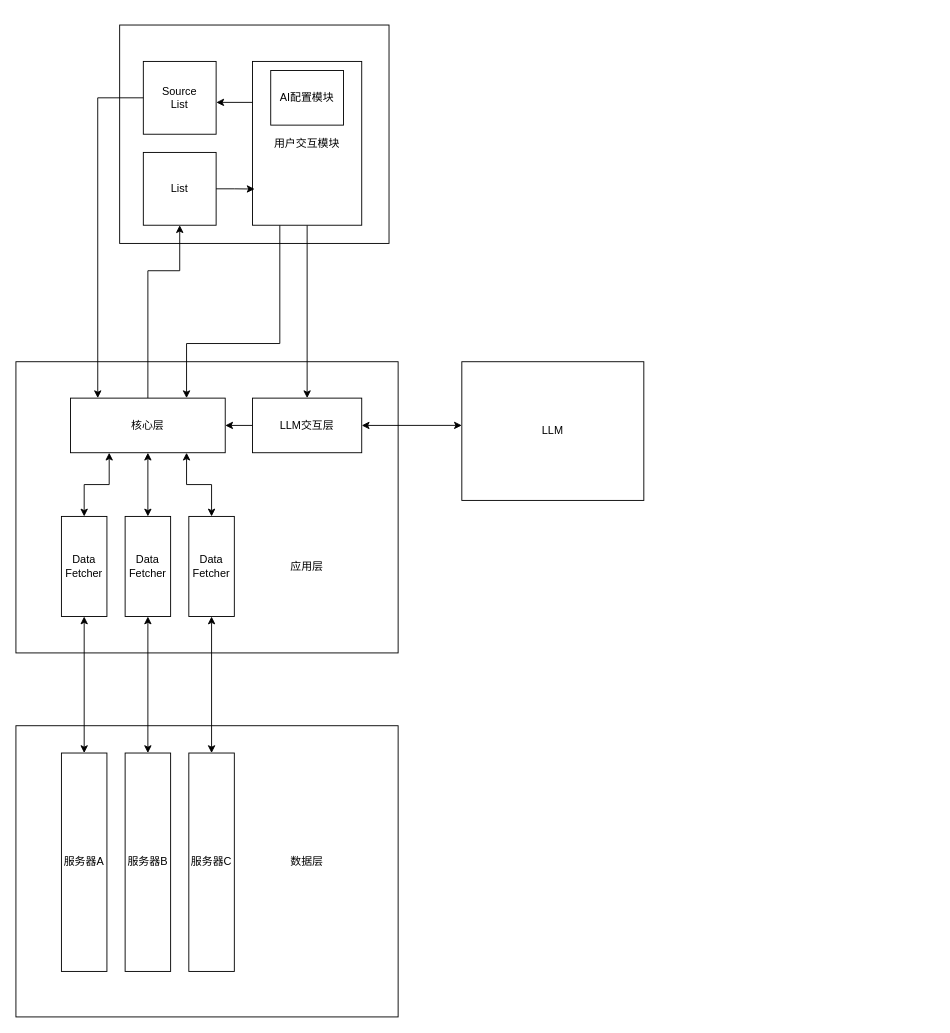
The draw.io diagram 总体设计.drawio in RimLutienpeist/Draw_io_Repo, before the edit. Source tidied: cells renumbered, new cells numbered last; positions are measured from the earlier drawing's top-left corner, leaving out a move shared by most shapes. Both pictures are drawn from the tidied source at 91%, with x=0, y=0 at pixel (15, 25).
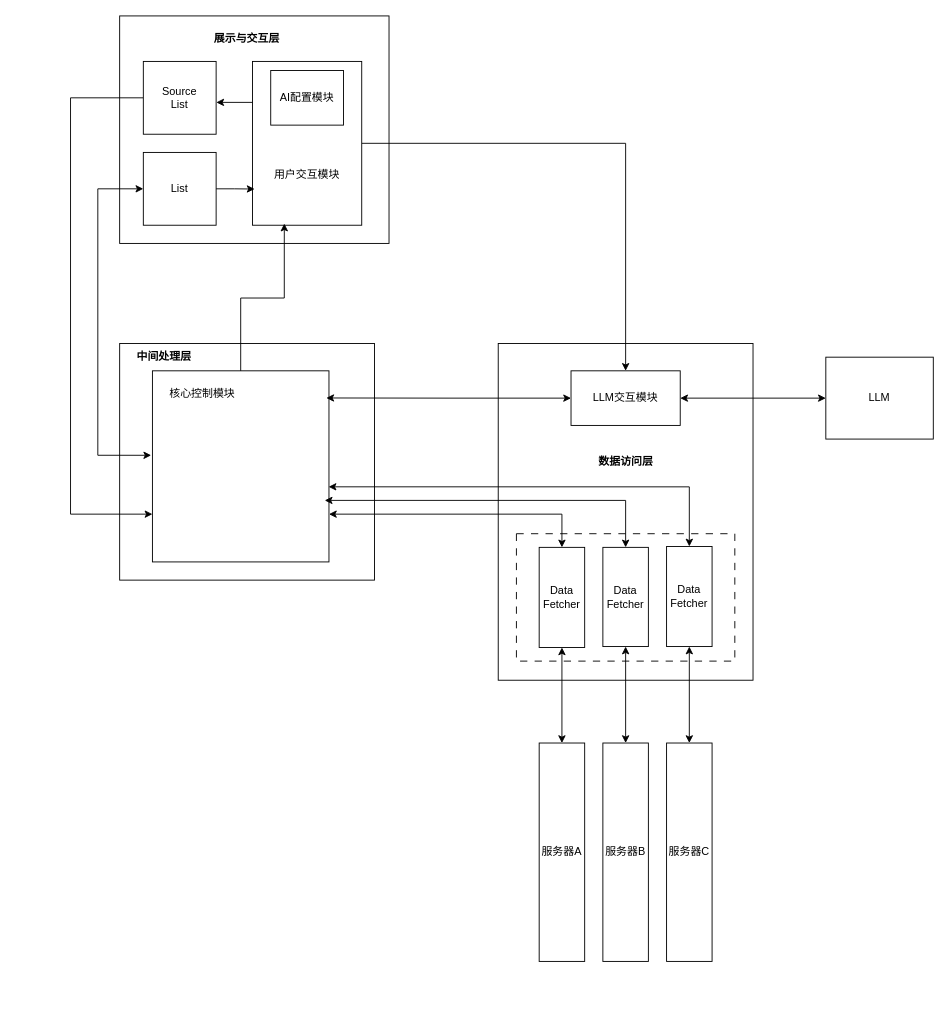
Above is the later version.

Commit message:
更新总体设计.drawio

The change refers to these unchanged cells:
```xml
<mxCell id="5" value="Source&lt;div&gt;List&lt;/div&gt;" style="whiteSpace=wrap;html=1;" parent="1" vertex="1">
  <mxGeometry x="140" y="40" width="80" height="80" as="geometry" />
</mxCell>
<mxCell id="10" value="List" style="rounded=0;whiteSpace=wrap;html=1;" parent="1" vertex="1">
  <mxGeometry x="140" y="140" width="80" height="80" as="geometry" />
</mxCell>
```

Change to the diagram source:
```diff
@@
+    <mxCell id="34" style="rounded=0;whiteSpace=wrap;html=1;" parent="1" vertex="1">
+      <mxGeometry x="530" y="350" width="280" height="370" as="geometry" />
+    </mxCell>
+    <mxCell id="35" style="rounded=0;whiteSpace=wrap;html=1;dashed=1;dashPattern=8 8;" parent="1" vertex="1">
+      <mxGeometry x="550" y="559" width="240" height="140" as="geometry" />
+    </mxCell>
     <mxCell id="2" style="rounded=0;whiteSpace=wrap;html=1;" parent="1" vertex="1">
-      <mxGeometry x="114" width="296" height="240" as="geometry" />
+      <mxGeometry x="114" y="-10" width="296" height="250" as="geometry" />
     </mxCell>
-    <mxCell id="3" style="rounded=0;whiteSpace=wrap;html=1;" parent="1" vertex="1">
-      <mxGeometry y="770" width="420" height="320" as="geometry" />
-    </mxCell>
     <mxCell id="4" style="rounded=0;whiteSpace=wrap;html=1;" parent="1" vertex="1">
-      <mxGeometry y="370" width="420" height="320" as="geometry" />
+      <mxGeometry x="114" y="350" width="280" height="260" as="geometry" />
     </mxCell>
+    <mxCell id="24" style="edgeStyle=orthogonalEdgeStyle;rounded=0;jettySize=auto;html=1;exitX=0;exitY=0.5;exitDx=0;exitDy=0;entryX=0;entryY=0.75;entryDx=0;entryDy=0;" parent="1" edge="1" source="5" target="17">
+      <mxGeometry relative="1" as="geometry">
+        <Array as="points">
+          <mxPoint x="60" y="80" />
+          <mxPoint x="60" y="538" />
+        </Array>
+      </mxGeometry>
+    </mxCell>
@@
-    <mxCell id="7" style="edgeStyle=orthogonalEdgeStyle;rounded=0;jettySize=auto;html=1;exitX=0.25;exitY=1;exitDx=0;exitDy=0;entryX=0.75;entryY=0;entryDx=0;entryDy=0;" parent="1" edge="1" source="8" target="17">
-      <mxGeometry relative="1" as="geometry">
-        <Array as="points">
-          <mxPoint x="290" y="350" />
-          <mxPoint x="188" y="350" />
-        </Array>
-      </mxGeometry>
-    </mxCell>
-    <mxCell id="8" value="用户交互模块" style="rounded=0;whiteSpace=wrap;html=1;" parent="1" vertex="1">
+    <mxCell id="8" style="rounded=0;whiteSpace=wrap;html=1;" parent="1" vertex="1">
       <mxGeometry x="260" y="40" width="120" height="180" as="geometry" />
     </mxCell>
@@
-    <mxCell id="11" style="edgeStyle=orthogonalEdgeStyle;rounded=0;jettySize=auto;html=1;exitX=0;exitY=0.5;exitDx=0;exitDy=0;entryX=1;entryY=0.5;entryDx=0;entryDy=0;" parent="1" edge="1" source="12" target="17">
-      <mxGeometry relative="1" as="geometry" />
-    </mxCell>
+    <mxCell id="33" style="edgeStyle=orthogonalEdgeStyle;rounded=0;jettySize=auto;html=1;exitX=1;exitY=0.5;exitDx=0;exitDy=0;entryX=0;entryY=0.5;entryDx=0;entryDy=0;startArrow=classic;startFill=1;" parent="1" edge="1" source="12" target="32">
+      <mxGeometry relative="1" as="geometry" />
+    </mxCell>
-    <mxCell id="12" value="LLM交互层" style="rounded=0;whiteSpace=wrap;html=1;" parent="1" vertex="1">
-      <mxGeometry x="260" y="410" width="120" height="60" as="geometry" />
+    <mxCell id="12" value="LLM交互模块" style="rounded=0;whiteSpace=wrap;html=1;" parent="1" vertex="1">
+      <mxGeometry x="610" y="380" width="120" height="60" as="geometry" />
     </mxCell>
-    <mxCell id="13" style="edgeStyle=orthogonalEdgeStyle;rounded=0;jettySize=auto;html=1;exitX=0.5;exitY=1;exitDx=0;exitDy=0;entryX=0.5;entryY=0;entryDx=0;entryDy=0;startArrow=classic;startFill=1;" parent="1" edge="1" source="17" target="21">
-      <mxGeometry relative="1" as="geometry" />
-    </mxCell>
-    <mxCell id="14" style="edgeStyle=orthogonalEdgeStyle;rounded=0;jettySize=auto;html=1;exitX=0.25;exitY=1;exitDx=0;exitDy=0;entryX=0.5;entryY=0;entryDx=0;entryDy=0;startArrow=classic;startFill=1;" parent="1" edge="1" source="17" target="19">
+    <mxCell id="14" style="edgeStyle=orthogonalEdgeStyle;rounded=0;jettySize=auto;html=1;exitX=1;exitY=0.75;exitDx=0;exitDy=0;entryX=0.5;entryY=0;entryDx=0;entryDy=0;startArrow=classic;startFill=1;" parent="1" edge="1" source="17" target="19">
       <mxGeometry relative="1" as="geometry" />
     </mxCell>
-    <mxCell id="15" style="edgeStyle=orthogonalEdgeStyle;rounded=0;jettySize=auto;html=1;exitX=0.75;exitY=1;exitDx=0;exitDy=0;entryX=0.5;entryY=0;entryDx=0;entryDy=0;startArrow=classic;startFill=1;" parent="1" edge="1" source="17" target="23">
-      <mxGeometry relative="1" as="geometry" />
-    </mxCell>
-    <mxCell id="16" style="edgeStyle=orthogonalEdgeStyle;rounded=0;jettySize=auto;html=1;exitX=0.5;exitY=0;exitDx=0;exitDy=0;" parent="1" edge="1" source="17" target="10">
-      <mxGeometry relative="1" as="geometry">
-        <Array as="points">
-          <mxPoint x="145" y="270" />
-          <mxPoint x="180" y="270" />
-        </Array>
-      </mxGeometry>
-    </mxCell>
-    <mxCell id="17" value="核心层" style="rounded=0;whiteSpace=wrap;html=1;" parent="1" vertex="1">
-      <mxGeometry x="60" y="410" width="170" height="60" as="geometry" />
+    <mxCell id="17" style="rounded=0;whiteSpace=wrap;html=1;" parent="1" vertex="1">
+      <mxGeometry x="150" y="380" width="194" height="210" as="geometry" />
     </mxCell>
@@
     <mxCell id="19" value="Data&lt;div&gt;Fetcher&lt;/div&gt;" style="rounded=0;whiteSpace=wrap;html=1;" parent="1" vertex="1">
-      <mxGeometry x="50" y="540" width="50" height="110" as="geometry" />
+      <mxGeometry x="575" y="574" width="50" height="110" as="geometry" />
     </mxCell>
@@
     <mxCell id="21" value="Data&lt;div&gt;Fetcher&lt;/div&gt;" style="rounded=0;whiteSpace=wrap;html=1;" parent="1" vertex="1">
-      <mxGeometry x="120" y="540" width="50" height="110" as="geometry" />
+      <mxGeometry x="645" y="574" width="50" height="109" as="geometry" />
     </mxCell>
@@
     <mxCell id="23" value="Data&lt;div&gt;Fetcher&lt;/div&gt;" style="rounded=0;whiteSpace=wrap;html=1;" parent="1" vertex="1">
-      <mxGeometry x="190" y="540" width="50" height="110" as="geometry" />
+      <mxGeometry x="715" y="573" width="50" height="110" as="geometry" />
     </mxCell>
-    <mxCell id="24" style="edgeStyle=orthogonalEdgeStyle;rounded=0;jettySize=auto;html=1;exitX=0;exitY=0.5;exitDx=0;exitDy=0;entryX=0.176;entryY=0;entryDx=0;entryDy=0;entryPerimeter=0;startArrow=none;startFill=0;" parent="1" edge="1" source="5" target="17">
-      <mxGeometry relative="1" as="geometry" />
-    </mxCell>
@@
     <mxCell id="26" value="服务器A" style="rounded=0;whiteSpace=wrap;html=1;" parent="1" vertex="1">
-      <mxGeometry x="50" y="800" width="50" height="240" as="geometry" />
+      <mxGeometry x="575" y="789" width="50" height="240" as="geometry" />
     </mxCell>
     <mxCell id="27" value="服务器B" style="rounded=0;whiteSpace=wrap;html=1;" parent="1" vertex="1">
-      <mxGeometry x="120" y="800" width="50" height="240" as="geometry" />
+      <mxGeometry x="645" y="789" width="50" height="240" as="geometry" />
     </mxCell>
     <mxCell id="28" value="服务器C" style="rounded=0;whiteSpace=wrap;html=1;" parent="1" vertex="1">
-      <mxGeometry x="190" y="800" width="50" height="240" as="geometry" />
+      <mxGeometry x="715" y="789" width="50" height="240" as="geometry" />
     </mxCell>
@@
-    <mxCell id="30" value="应用层" style="text;html=1;align=center;verticalAlign=middle;whiteSpace=wrap;rounded=0;" parent="1" vertex="1">
-      <mxGeometry x="290" y="580" width="60" height="30" as="geometry" />
-    </mxCell>
-    <mxCell id="31" value="数据层" style="text;html=1;align=center;verticalAlign=middle;whiteSpace=wrap;rounded=0;" parent="1" vertex="1">
-      <mxGeometry x="290" y="905" width="60" height="30" as="geometry" />
-    </mxCell>
     <mxCell id="32" value="LLM" style="rounded=0;whiteSpace=wrap;html=1;" parent="1" vertex="1">
-      <mxGeometry x="490" y="370" width="200" height="152.4" as="geometry" />
+      <mxGeometry x="890" y="365" width="118.1" height="90" as="geometry" />
     </mxCell>
-    <mxCell id="33" style="edgeStyle=orthogonalEdgeStyle;rounded=0;jettySize=auto;html=1;exitX=1;exitY=0.5;exitDx=0;exitDy=0;entryX=0;entryY=0.459;entryDx=0;entryDy=0;entryPerimeter=0;startArrow=classic;startFill=1;" parent="1" edge="1" source="12" target="32">
-      <mxGeometry relative="1" as="geometry" />
-    </mxCell>
+    <mxCell id="36" style="edgeStyle=orthogonalEdgeStyle;rounded=0;jettySize=auto;html=1;exitX=0;exitY=0.5;exitDx=0;exitDy=0;entryX=-0.007;entryY=0.442;entryDx=0;entryDy=0;entryPerimeter=0;startArrow=classic;startFill=1;" parent="1" edge="1" source="10" target="17">
+      <mxGeometry relative="1" as="geometry">
+        <Array as="points">
+          <mxPoint x="90" y="180" />
+          <mxPoint x="90" y="473" />
+        </Array>
+      </mxGeometry>
+    </mxCell>
+    <mxCell id="37" style="edgeStyle=orthogonalEdgeStyle;rounded=0;jettySize=auto;html=1;exitX=0.5;exitY=0;exitDx=0;exitDy=0;entryX=0.976;entryY=0.678;entryDx=0;entryDy=0;entryPerimeter=0;startArrow=classic;startFill=1;" parent="1" edge="1" source="21" target="17">
+      <mxGeometry relative="1" as="geometry" />
+    </mxCell>
+    <mxCell id="38" style="edgeStyle=orthogonalEdgeStyle;rounded=0;jettySize=auto;html=1;exitX=0.5;exitY=0;exitDx=0;exitDy=0;entryX=0.998;entryY=0.607;entryDx=0;entryDy=0;entryPerimeter=0;startArrow=classic;startFill=1;" parent="1" edge="1" source="23" target="17">
+      <mxGeometry relative="1" as="geometry">
+        <Array as="points">
+          <mxPoint x="740" y="508" />
+        </Array>
+      </mxGeometry>
+    </mxCell>
+    <mxCell id="39" value="&lt;b&gt;展示与交互层&lt;/b&gt;" style="text;html=1;align=center;verticalAlign=middle;whiteSpace=wrap;rounded=0;" parent="1" vertex="1">
+      <mxGeometry x="199" width="110" height="30" as="geometry" />
+    </mxCell>
+    <mxCell id="40" value="用户交互模块" style="text;html=1;align=center;verticalAlign=middle;whiteSpace=wrap;rounded=0;" parent="1" vertex="1">
+      <mxGeometry x="270" y="150" width="100" height="30" as="geometry" />
+    </mxCell>
+    <mxCell id="11" style="edgeStyle=orthogonalEdgeStyle;rounded=0;jettySize=auto;html=1;exitX=0;exitY=0.5;exitDx=0;exitDy=0;entryX=0.985;entryY=0.142;entryDx=0;entryDy=0;entryPerimeter=0;startArrow=classic;startFill=1;" parent="1" edge="1" source="12" target="17">
+      <mxGeometry relative="1" as="geometry" />
+    </mxCell>
+    <mxCell id="41" value="&lt;b&gt;中间处理层&lt;/b&gt;" style="text;html=1;align=center;verticalAlign=middle;whiteSpace=wrap;rounded=0;" parent="1" vertex="1">
+      <mxGeometry x="120" y="350" width="86" height="30" as="geometry" />
+    </mxCell>
+    <mxCell id="42" style="edgeStyle=orthogonalEdgeStyle;rounded=0;jettySize=auto;html=1;exitX=0.5;exitY=0;exitDx=0;exitDy=0;entryX=0.291;entryY=0.99;entryDx=0;entryDy=0;entryPerimeter=0;" parent="1" edge="1" source="17" target="8">
+      <mxGeometry relative="1" as="geometry" />
+    </mxCell>
+    <mxCell id="43" value="&lt;b&gt;数据访问层&lt;/b&gt;" style="text;html=1;align=center;verticalAlign=middle;whiteSpace=wrap;rounded=0;" parent="1" vertex="1">
+      <mxGeometry x="617.5" y="465" width="105" height="30" as="geometry" />
+    </mxCell>
+    <mxCell id="44" value="核心控制模块" style="text;html=1;align=center;verticalAlign=middle;whiteSpace=wrap;rounded=0;" parent="1" vertex="1">
+      <mxGeometry x="160" y="390" width="90" height="30" as="geometry" />
+    </mxCell>
```
